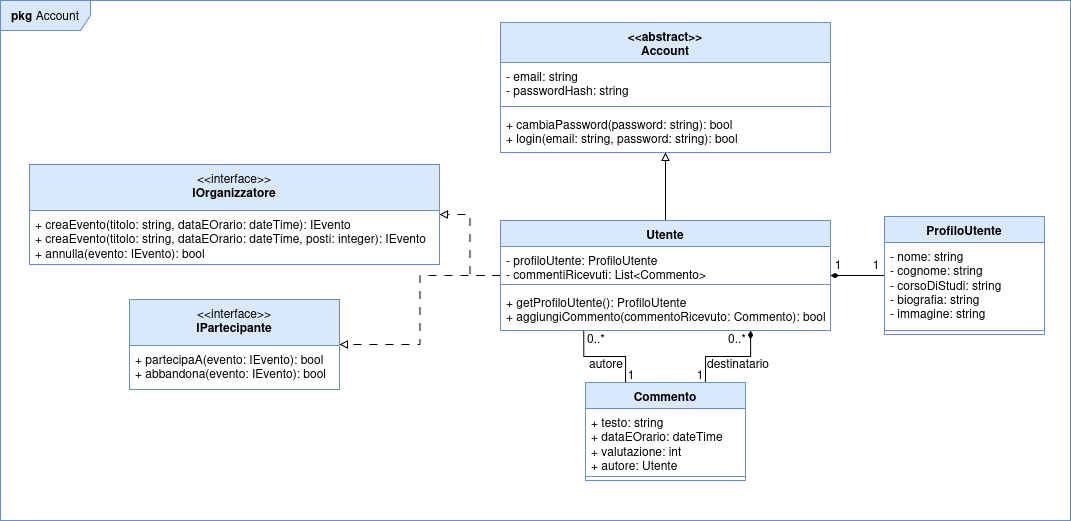
federicoporpora/studyLink keeps this draw.io diagram as latex/images/diagramma-di-dettaglio-account.png. Above is the earlier version. Source tidied: cells renumbered, new cells last; positions are measured from the earlier drawing's top-left corner, leaving out a move shared by most shapes.
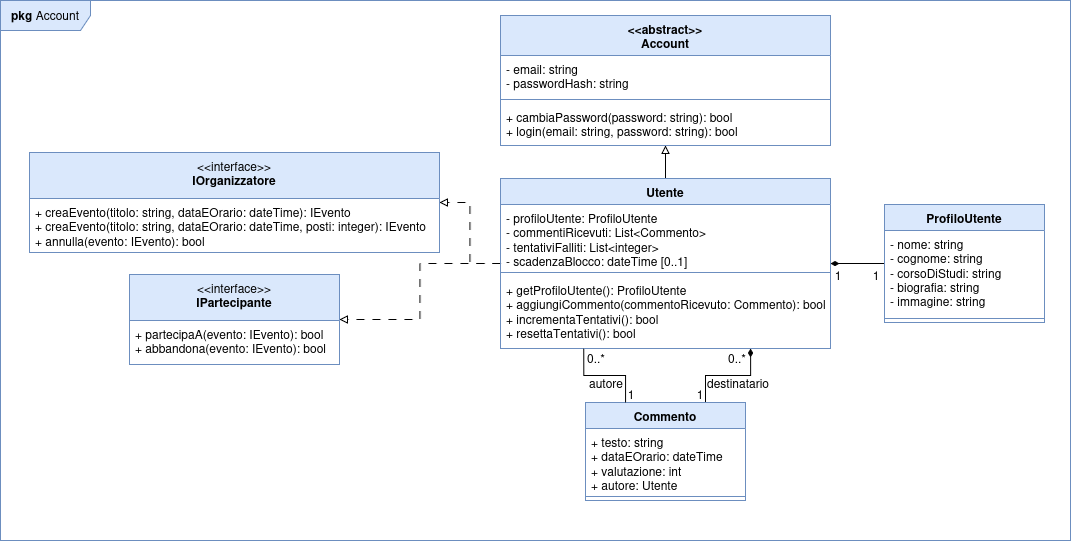
Above is the later version.

What changed in the source:
```diff
@@ -12,16 +12,16 @@
       <mxGeometry relative="1" as="geometry" />
     </mxCell>
     <mxCell id="5" value="&lt;div&gt;Utente&lt;/div&gt;" style="swimlane;fontStyle=1;align=center;verticalAlign=top;horizontal=1;startSize=26;whiteSpace=wrap;html=1;fillColor=#dae8fc;strokeColor=#6c8ebf;" parent="1" vertex="1">
-      <mxGeometry x="500" y="220" width="330" height="110" as="geometry" />
+      <mxGeometry x="500" y="158" width="330" height="170" as="geometry" />
     </mxCell>
-    <mxCell id="6" value="&lt;div&gt;- profiloUtente: ProfiloUtente&lt;/div&gt;&lt;div&gt;- commentiRicevuti: List&amp;lt;Commento&amp;gt;&lt;/div&gt;" style="text;strokeColor=none;fillColor=none;align=left;verticalAlign=top;spacingLeft=4;spacingRight=4;overflow=hidden;whiteSpace=wrap;html=1;" parent="5" vertex="1">
-      <mxGeometry y="26" width="330" height="34" as="geometry" />
+    <mxCell id="6" value="&lt;div&gt;- profiloUtente: ProfiloUtente&lt;/div&gt;&lt;div&gt;- commentiRicevuti: List&amp;lt;Commento&amp;gt;&lt;/div&gt;&lt;div&gt;- tentativiFalliti: List&amp;lt;integer&amp;gt;&lt;/div&gt;&lt;div&gt;- scadenzaBlocco: dateTime [0..1]&lt;/div&gt;" style="text;strokeColor=none;fillColor=none;align=left;verticalAlign=top;spacingLeft=4;spacingRight=4;overflow=hidden;whiteSpace=wrap;html=1;" parent="5" vertex="1">
+      <mxGeometry y="26" width="330" height="64" as="geometry" />
     </mxCell>
     <mxCell id="7" style="line;strokeWidth=1;fillColor=none;align=left;verticalAlign=middle;spacingTop=-1;spacingLeft=3;spacingRight=3;labelPosition=right;strokeColor=inherit;" parent="5" vertex="1">
-      <mxGeometry y="60" width="330" height="8" as="geometry" />
+      <mxGeometry y="90" width="330" height="8" as="geometry" />
     </mxCell>
-    <mxCell id="8" value="&lt;div&gt;+ getProfiloUtente(): ProfiloUtente&lt;/div&gt;&lt;div&gt;+ aggiungiCommento(commentoRicevuto: Commento): bool&lt;/div&gt;" style="text;strokeColor=none;fillColor=none;align=left;verticalAlign=top;spacingLeft=4;spacingRight=4;overflow=hidden;points=[[0,0.5],[1,0.5]];portConstraint=eastwest;whiteSpace=wrap;html=1;" parent="5" vertex="1">
-      <mxGeometry y="68" width="330" height="42" as="geometry" />
+    <mxCell id="8" value="&lt;div&gt;+ getProfiloUtente(): ProfiloUtente&lt;/div&gt;&lt;div&gt;+ aggiungiCommento(commentoRicevuto: Commento): bool&lt;/div&gt;&lt;div&gt;+ incrementaTentativi(): bool&lt;/div&gt;&lt;div&gt;+ resettaTentativi(): bool&lt;/div&gt;" style="text;strokeColor=none;fillColor=none;align=left;verticalAlign=top;spacingLeft=4;spacingRight=4;overflow=hidden;points=[[0,0.5],[1,0.5]];portConstraint=eastwest;whiteSpace=wrap;html=1;" parent="5" vertex="1">
+      <mxGeometry y="98" width="330" height="72" as="geometry" />
     </mxCell>
     <mxCell id="9" style="edgeStyle=orthogonalEdgeStyle;rounded=0;jettySize=auto;html=1;exitX=0.75;exitY=0;exitDx=0;exitDy=0;entryX=0.758;entryY=1;entryDx=0;entryDy=0;entryPerimeter=0;endArrow=diamondThin;endFill=1;" parent="1" edge="1" source="10" target="8">
       <mxGeometry relative="1" as="geometry" />
@@ -39,7 +39,7 @@
       <mxGeometry relative="1" as="geometry" />
     </mxCell>
     <mxCell id="14" value="ProfiloUtente" style="swimlane;fontStyle=1;align=center;verticalAlign=top;horizontal=1;startSize=26;whiteSpace=wrap;html=1;fillColor=#dae8fc;strokeColor=#6c8ebf;" parent="1" vertex="1">
-      <mxGeometry x="884" y="216" width="160" height="118" as="geometry" />
+      <mxGeometry x="884" y="184" width="160" height="118" as="geometry" />
     </mxCell>
     <mxCell id="15" value="- nome: string&lt;div&gt;- cognome: string&lt;/div&gt;&lt;div&gt;- corsoDiStudi: string&lt;/div&gt;&lt;div&gt;- biografia: string&lt;/div&gt;&lt;div&gt;- immagine: string&lt;/div&gt;" style="text;strokeColor=none;fillColor=none;align=left;verticalAlign=top;spacingLeft=4;spacingRight=4;overflow=hidden;whiteSpace=wrap;html=1;" parent="14" vertex="1">
       <mxGeometry y="26" width="160" height="84" as="geometry" />
@@ -48,10 +48,10 @@
       <mxGeometry y="110" width="160" height="8" as="geometry" />
     </mxCell>
     <mxCell id="17" value="&lt;b&gt;pkg&lt;/b&gt;&amp;nbsp;Account" style="shape=umlFrame;whiteSpace=wrap;html=1;width=90;height=30;fillColor=#dae8fc;strokeColor=#6c8ebf;" parent="1" vertex="1">
-      <mxGeometry width="1070" height="520" as="geometry" />
+      <mxGeometry y="-20" width="1070" height="540" as="geometry" />
     </mxCell>
     <mxCell id="18" value="&lt;div&gt;&amp;lt;&amp;lt;abstract&amp;gt;&amp;gt;&lt;/div&gt;&lt;div&gt;Account&lt;/div&gt;" style="swimlane;fontStyle=1;align=center;verticalAlign=top;horizontal=1;startSize=40;whiteSpace=wrap;html=1;fillColor=#dae8fc;strokeColor=#6c8ebf;" parent="1" vertex="1">
-      <mxGeometry x="500" y="22" width="330" height="130" as="geometry" />
+      <mxGeometry x="500" y="-5" width="330" height="130" as="geometry" />
     </mxCell>
     <mxCell id="19" value="&lt;div&gt;- email: string&lt;/div&gt;&lt;div&gt;- passwordHash: string&lt;/div&gt;" style="text;strokeColor=none;fillColor=none;align=left;verticalAlign=top;spacingLeft=4;spacingRight=4;overflow=hidden;whiteSpace=wrap;html=1;" parent="18" vertex="1">
       <mxGeometry y="40" width="330" height="40" as="geometry" />
@@ -66,10 +66,10 @@
       <mxGeometry relative="1" as="geometry" />
     </mxCell>
     <mxCell id="23" value="&lt;div&gt;1&lt;/div&gt;" style="text;html=1;whiteSpace=wrap;strokeColor=none;fillColor=none;align=center;verticalAlign=middle;rounded=0;" parent="1" vertex="1">
-      <mxGeometry x="808" y="250" width="60" height="27" as="geometry" />
+      <mxGeometry x="808" y="241" width="60" height="27" as="geometry" />
     </mxCell>
     <mxCell id="24" value="&lt;div&gt;1&lt;/div&gt;" style="text;html=1;whiteSpace=wrap;strokeColor=none;fillColor=none;align=center;verticalAlign=middle;rounded=0;" parent="1" vertex="1">
-      <mxGeometry x="846" y="250" width="60" height="27" as="geometry" />
+      <mxGeometry x="846" y="241" width="60" height="27" as="geometry" />
     </mxCell>
     <mxCell id="25" value="destinatario" style="text;html=1;whiteSpace=wrap;strokeColor=none;fillColor=none;align=center;verticalAlign=middle;rounded=0;" parent="1" vertex="1">
       <mxGeometry x="708" y="348" width="60" height="30" as="geometry" />
@@ -90,13 +90,13 @@
       <mxGeometry x="576" y="348" width="60" height="30" as="geometry" />
     </mxCell>
     <mxCell id="31" value="&lt;div&gt;&lt;span style=&quot;font-weight: normal;&quot;&gt;&amp;lt;&amp;lt;interface&amp;gt;&amp;gt;&lt;/span&gt;&lt;/div&gt;&lt;div&gt;IOrganizzatore&lt;/div&gt;" style="swimlane;fontStyle=1;align=center;verticalAlign=top;horizontal=1;startSize=46;whiteSpace=wrap;html=1;fillColor=#dae8fc;strokeColor=#6c8ebf;" parent="1" vertex="1">
-      <mxGeometry x="29" y="164" width="410" height="100" as="geometry" />
+      <mxGeometry x="29" y="132" width="410" height="100" as="geometry" />
     </mxCell>
     <mxCell id="32" value="&lt;div&gt;+ creaEvento(titolo: string, dataEOrario: dateTime): IEvento&lt;/div&gt;&lt;div&gt;+ creaEvento(titolo: string, dataEOrario: dateTime, posti: integer): IEvento&lt;/div&gt;+ annulla(evento: IEvento): bool" style="text;strokeColor=none;fillColor=none;align=left;verticalAlign=top;spacingLeft=4;spacingRight=4;overflow=hidden;whiteSpace=wrap;html=1;" parent="31" vertex="1">
       <mxGeometry y="46" width="410" height="54" as="geometry" />
     </mxCell>
     <mxCell id="33" value="&lt;div&gt;&lt;span style=&quot;font-weight: normal;&quot;&gt;&amp;lt;&amp;lt;interface&amp;gt;&amp;gt;&lt;/span&gt;&lt;/div&gt;&lt;div&gt;IPartecipante&lt;/div&gt;" style="swimlane;fontStyle=1;align=center;verticalAlign=top;horizontal=1;startSize=46;whiteSpace=wrap;html=1;fillColor=#dae8fc;strokeColor=#6c8ebf;" parent="1" vertex="1">
-      <mxGeometry x="129" y="299" width="210" height="90" as="geometry" />
+      <mxGeometry x="129" y="254" width="210" height="90" as="geometry" />
     </mxCell>
     <mxCell id="34" value="&lt;div&gt;+ partecipaA(evento: IEvento): bool&lt;/div&gt;&lt;div&gt;+ abbandona(evento: IEvento): bool&lt;/div&gt;" style="text;strokeColor=none;fillColor=none;align=left;verticalAlign=top;spacingLeft=4;spacingRight=4;overflow=hidden;whiteSpace=wrap;html=1;" parent="33" vertex="1">
       <mxGeometry y="46" width="210" height="44" as="geometry" />
```
